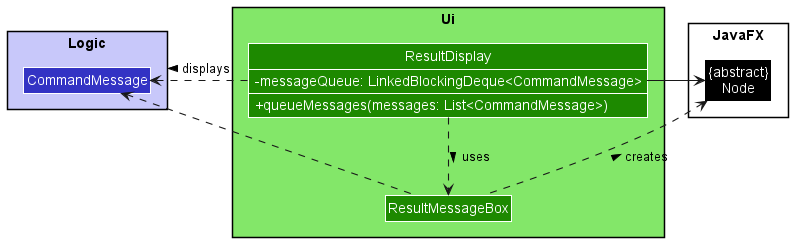
The PlantUML diagram docs/images/UiResultDisplayClassDiagram.png in nus-cs2103-AY2223S2/tp, before a commit.
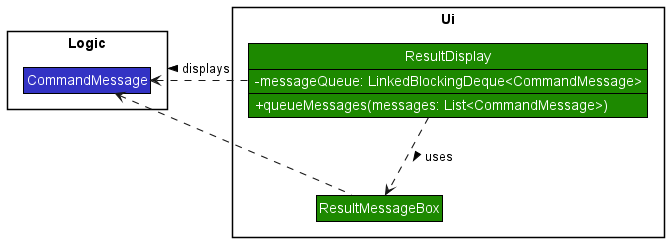
Later version of the same file.

What changed in the source:
```diff
@@ -5,7 +5,7 @@
 
 skinparam arrowThickness 1.1
 
-package Ui UI_COLOR_T1 {
+package Ui {
     Class ResultDisplay UI_COLOR {
         -messageQueue: LinkedBlockingDeque<CommandMessage>
         +queueMessages(messages: List<CommandMessage>)
@@ -14,19 +14,13 @@
 }
 show ResultDisplay members
 
-package Logic LOGIC_COLOR_T1 {
+package Logic {
     Class CommandMessage LOGIC_COLOR
-}
-
-package JavaFX {
-    Class "{abstract}\nNode" as Node #000000
 }
 
 ResultDisplay .down.> ResultMessageBox : uses >
 ResultDisplay .left.> CommandMessage : displays >
-ResultDisplay -right-> Node
 
 ResultMessageBox .left.> CommandMessage
-ResultMessageBox .up.> Node : creates >
 
 @enduml
```
